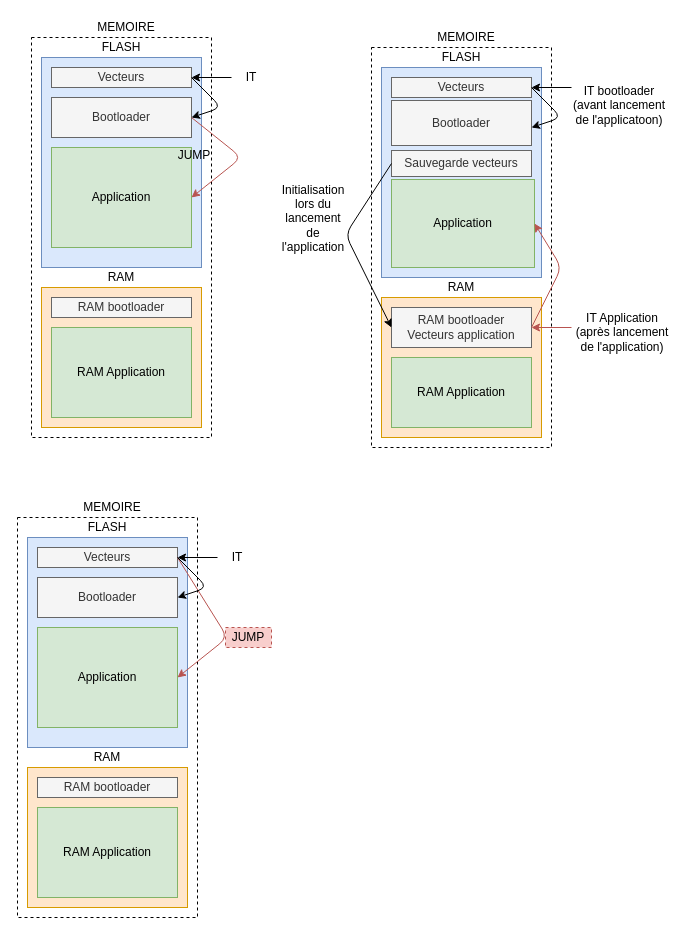
This is Images/memory2.drawio from GautierDev31/MCF51AG128_Bootloader_SPI, a draw.io file, before an edit. Source tidied: cells renumbered, new cells numbered last; positions are measured from the earlier drawing's top-left corner, leaving out a move shared by most shapes. Both pictures are drawn from the tidied source at 100%, with x=0, y=0 at pixel (17, 17).
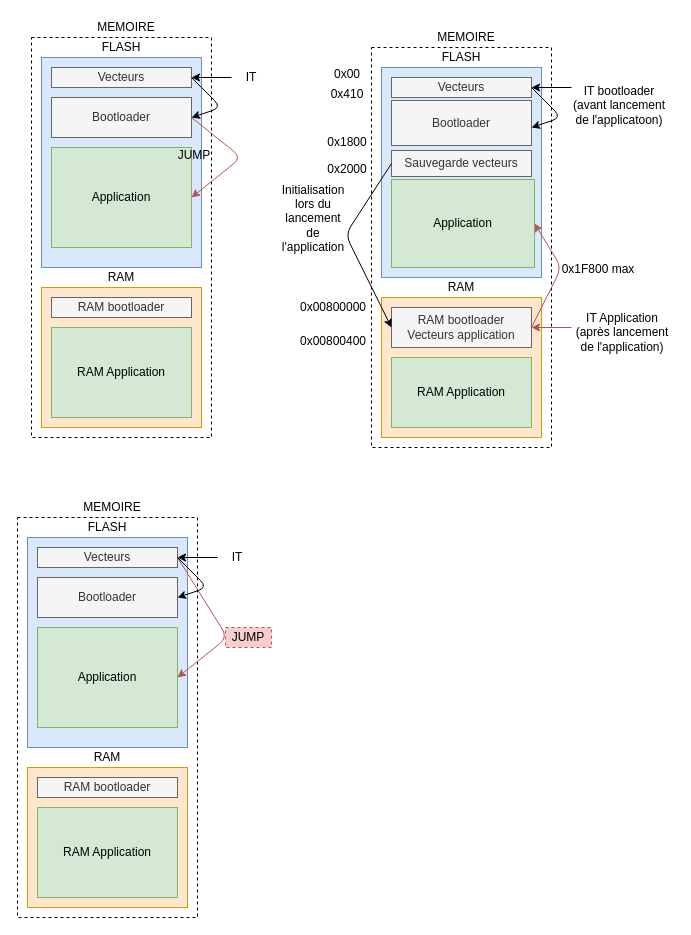
The same diagram, later.

What changed in the source:
```diff
@@
+    <mxCell id="54" value="0x00" style="text;html=1;strokeColor=none;fillColor=none;align=center;verticalAlign=middle;whiteSpace=wrap;rounded=0;" parent="1" vertex="1">
+      <mxGeometry x="310" y="47" width="40" height="20" as="geometry" />
+    </mxCell>
+    <mxCell id="55" value="0x410" style="text;html=1;strokeColor=none;fillColor=none;align=center;verticalAlign=middle;whiteSpace=wrap;rounded=0;" parent="1" vertex="1">
+      <mxGeometry x="310" y="67" width="40" height="20" as="geometry" />
+    </mxCell>
+    <mxCell id="56" style="edgeStyle=orthogonalEdgeStyle;rounded=0;orthogonalLoop=1;jettySize=auto;html=1;exitX=0.5;exitY=1;exitDx=0;exitDy=0;" parent="1" edge="1" source="55" target="55">
+      <mxGeometry relative="1" as="geometry" />
+    </mxCell>
+    <mxCell id="57" value="0x1800" style="text;html=1;strokeColor=none;fillColor=none;align=center;verticalAlign=middle;whiteSpace=wrap;rounded=0;" parent="1" vertex="1">
+      <mxGeometry x="310" y="115" width="40" height="20" as="geometry" />
+    </mxCell>
+    <mxCell id="58" value="0x2000" style="text;html=1;strokeColor=none;fillColor=none;align=center;verticalAlign=middle;whiteSpace=wrap;rounded=0;" parent="1" vertex="1">
+      <mxGeometry x="310" y="142" width="40" height="20" as="geometry" />
+    </mxCell>
+    <mxCell id="59" value="0x1F800 max" style="text;html=1;strokeColor=none;fillColor=none;align=center;verticalAlign=middle;whiteSpace=wrap;rounded=0;" parent="1" vertex="1">
+      <mxGeometry x="543" y="243" width="76" height="17" as="geometry" />
+    </mxCell>
+    <mxCell id="60" value="0x00800000" style="text;html=1;strokeColor=none;fillColor=none;align=center;verticalAlign=middle;whiteSpace=wrap;rounded=0;" parent="1" vertex="1">
+      <mxGeometry x="296" y="280" width="40" height="20" as="geometry" />
+    </mxCell>
+    <mxCell id="61" value="0x00800400" style="text;html=1;strokeColor=none;fillColor=none;align=center;verticalAlign=middle;whiteSpace=wrap;rounded=0;" parent="1" vertex="1">
+      <mxGeometry x="296" y="314" width="40" height="20" as="geometry" />
+    </mxCell>
```
